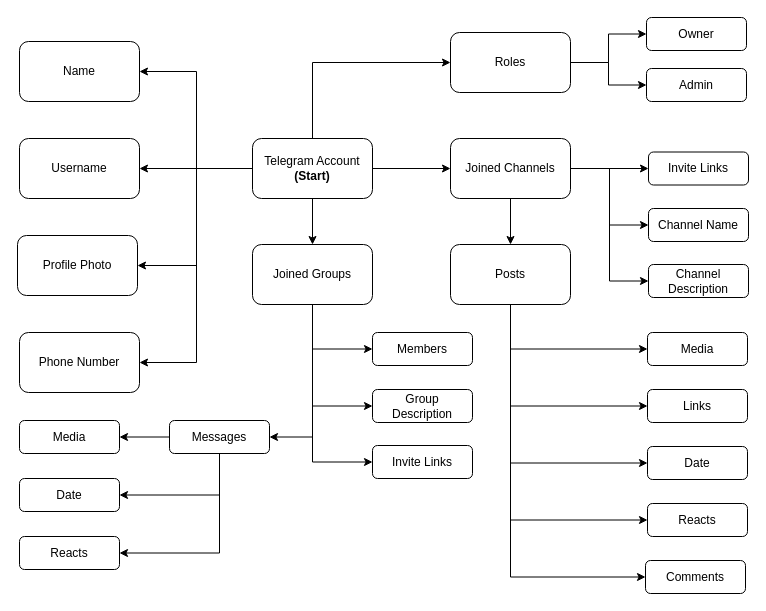
Earlier version of the draw.io diagram OSINT Attack Surface Diagrams/TelegramOSINT.drawio (NS-unina/OSINT-Collector). Source tidied: cells renumbered, new cells numbered last; positions are measured from the earlier drawing's top-left corner, leaving out a move shared by most shapes. Both pictures are drawn from the tidied source at 100%, with x=0, y=0 at pixel (17, 17).
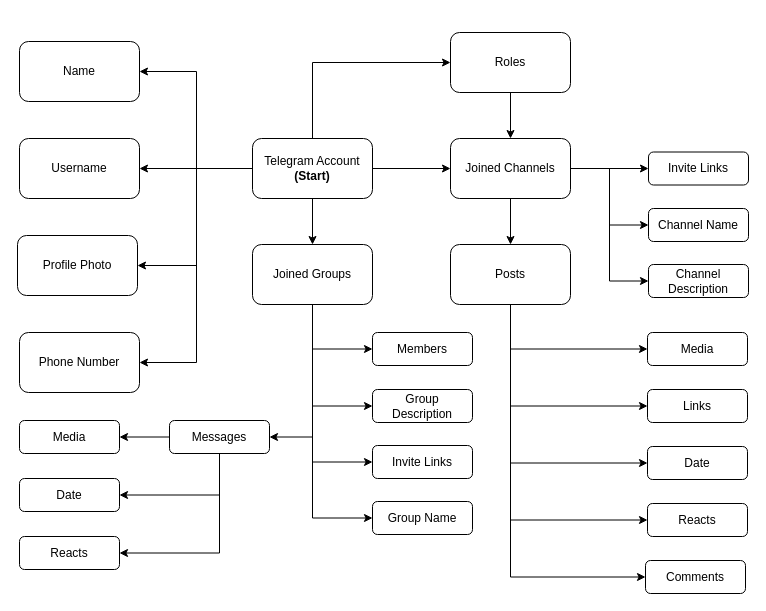
The same page after the edit.

Commit message:
UPDATE TelegramOSINT Attack Surface

Unchanged cells that the change refers to:
```xml
<mxCell id="18" value="Joined Channels" style="rounded=1;whiteSpace=wrap;html=1;" parent="1" vertex="1">
  <mxGeometry x="433" y="121" width="120" height="60" as="geometry" />
</mxCell>
<mxCell id="21" value="Roles" style="rounded=1;whiteSpace=wrap;html=1;" parent="1" vertex="1">
  <mxGeometry x="433" y="15" width="120" height="60" as="geometry" />
</mxCell>
<mxCell id="41" value="Joined Groups" style="rounded=1;whiteSpace=wrap;html=1;" parent="1" vertex="1">
  <mxGeometry x="235" y="227" width="120" height="60" as="geometry" />
</mxCell>
```

Diff of the diagram source:
```diff
@@
-    <mxCell id="19" style="edgeStyle=orthogonalEdgeStyle;rounded=0;jettySize=auto;html=1;exitX=1;exitY=0.5;exitDx=0;exitDy=0;entryX=0;entryY=0.5;entryDx=0;entryDy=0;" parent="1" edge="1" source="21" target="22">
-      <mxGeometry relative="1" as="geometry" />
-    </mxCell>
-    <mxCell id="20" style="edgeStyle=orthogonalEdgeStyle;rounded=0;jettySize=auto;html=1;exitX=1;exitY=0.5;exitDx=0;exitDy=0;entryX=0;entryY=0.5;entryDx=0;entryDy=0;" parent="1" edge="1" source="21" target="23">
-      <mxGeometry relative="1" as="geometry" />
-    </mxCell>
+    <mxCell id="53" style="edgeStyle=orthogonalEdgeStyle;rounded=0;jettySize=auto;html=1;exitX=0.5;exitY=1;exitDx=0;exitDy=0;" parent="1" edge="1" source="21" target="18">
+      <mxGeometry relative="1" as="geometry" />
+    </mxCell>
@@
-    <mxCell id="22" value="Owner" style="rounded=1;whiteSpace=wrap;html=1;" parent="1" vertex="1">
-      <mxGeometry x="629" width="100" height="33" as="geometry" />
-    </mxCell>
-    <mxCell id="23" value="Admin" style="rounded=1;whiteSpace=wrap;html=1;" parent="1" vertex="1">
-      <mxGeometry x="629" y="51" width="100" height="33" as="geometry" />
-    </mxCell>
@@
+    <mxCell id="54" style="edgeStyle=orthogonalEdgeStyle;rounded=0;jettySize=auto;html=1;exitX=0.5;exitY=1;exitDx=0;exitDy=0;entryX=0;entryY=0.5;entryDx=0;entryDy=0;" parent="1" edge="1" source="41" target="55">
+      <mxGeometry relative="1" as="geometry" />
+    </mxCell>
@@
+    <mxCell id="55" value="Group Name" style="rounded=1;whiteSpace=wrap;html=1;" parent="1" vertex="1">
+      <mxGeometry x="355" y="484" width="100" height="33" as="geometry" />
+    </mxCell>
```
